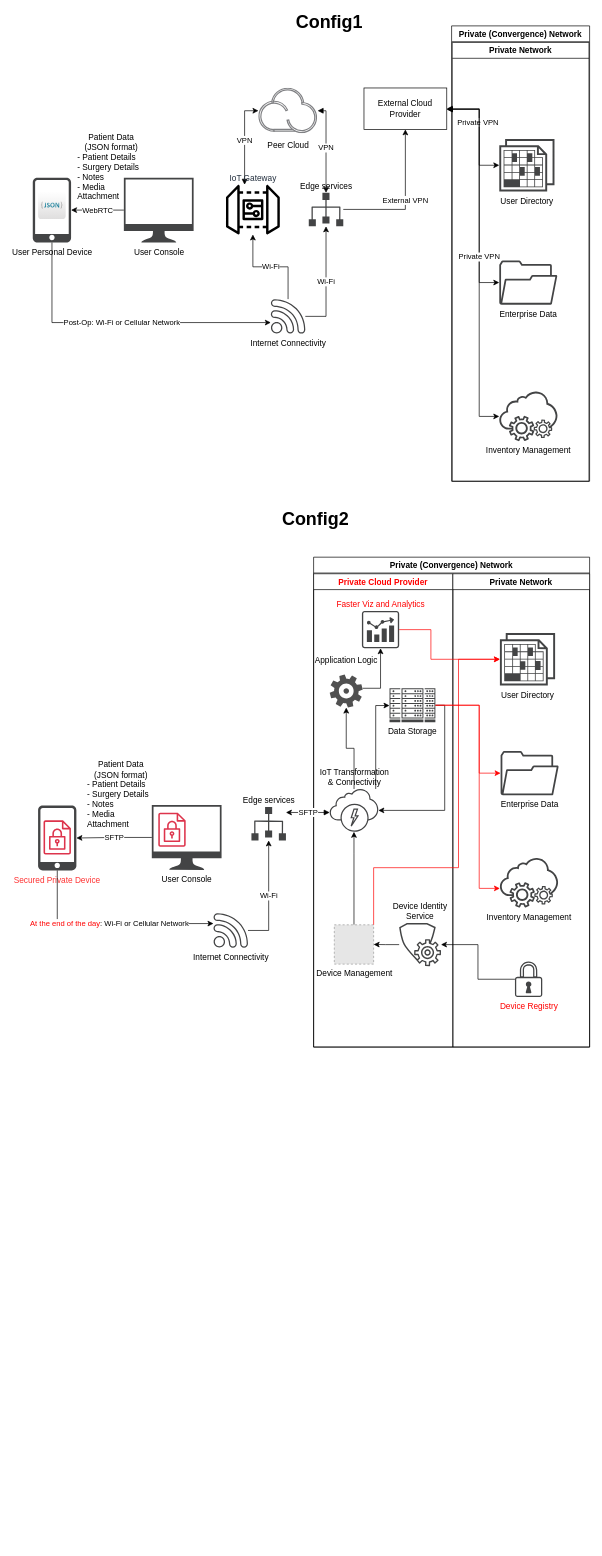
PJPDQ/Engineering-Workflows keeps this draw.io diagram as ConvMed-Convergence.drawio. Above is the earlier version. Source tidied: cells renumbered, new cells numbered last; positions are measured from the earlier drawing's top-left corner, leaving out a move shared by most shapes. Both pictures are drawn from the tidied source at 69%, with x=0, y=0 at pixel (32, 12). Pictures stored in the file or linked from it are replaced by grey dashed boxes.
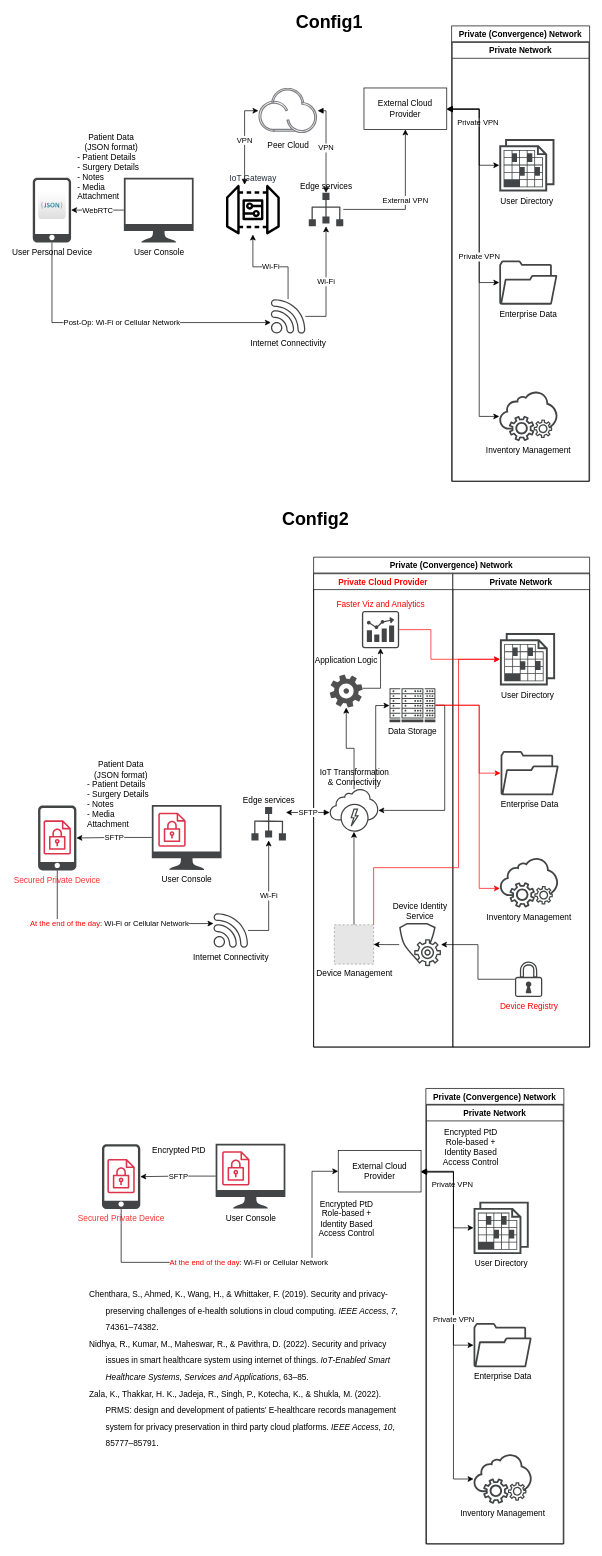
The same diagram, later.

Change to the diagram source:
```diff
@@
+    <mxCell id="63" value="&lt;font color=&quot;#ff3333&quot;&gt;Secured Private Device&lt;/font&gt;" style="sketch=0;shadow=0;dashed=0;html=1;strokeColor=none;fillColor=#434445;labelPosition=center;verticalLabelPosition=bottom;verticalAlign=top;align=center;outlineConnect=0;shape=mxgraph.vvd.phone;" parent="1" vertex="1">
+      <mxGeometry x="100.3" y="1640.8" width="55.5" height="94" as="geometry" />
+    </mxCell>
+    <mxCell id="64" value="&lt;font color=&quot;#ff0000&quot;&gt;At the end of the day&lt;/font&gt;: Wi-Fi or Cellular Network" style="edgeStyle=orthogonalEdgeStyle;shape=connector;rounded=0;jettySize=auto;html=1;labelBackgroundColor=default;strokeColor=default;align=center;verticalAlign=middle;fontFamily=Helvetica;fontSize=11;fontColor=default;endArrow=classic;startArrow=none;startFill=0;entryX=0;entryY=0.5;entryDx=0;entryDy=0;" parent="1" edge="1" source="63" target="79">
+      <mxGeometry relative="1" as="geometry">
+        <Array as="points">
+          <mxPoint x="127.7" y="1812" />
+          <mxPoint x="404.7" y="1812" />
+          <mxPoint x="404.7" y="1680" />
+        </Array>
+      </mxGeometry>
+    </mxCell>
+    <mxCell id="65" value="User Console" style="sketch=0;shadow=0;dashed=0;html=1;strokeColor=none;fillColor=#434445;labelPosition=center;verticalLabelPosition=bottom;verticalAlign=top;align=center;outlineConnect=0;shape=mxgraph.vvd.monitor;" parent="1" vertex="1">
+      <mxGeometry x="265" y="1640" width="101.1" height="94" as="geometry" />
+    </mxCell>
+    <mxCell id="66" value="SFTP" style="edgeStyle=orthogonalEdgeStyle;shape=connector;rounded=0;jettySize=auto;html=1;labelBackgroundColor=default;strokeColor=default;align=center;verticalAlign=middle;fontFamily=Helvetica;fontSize=11;fontColor=default;endArrow=classic;" parent="1" edge="1" source="65" target="63">
+      <mxGeometry relative="1" as="geometry" />
+    </mxCell>
+    <mxCell id="67" value="Encrypted PtD" style="text;html=1;align=center;verticalAlign=middle;whiteSpace=wrap;rounded=0;" parent="1" vertex="1">
+      <mxGeometry x="161.9" y="1630" width="100" height="40" as="geometry" />
+    </mxCell>
+    <mxCell id="68" style="sketch=0;fontColor=#232F3E;gradientColor=none;fillColor=#DD344C;strokeColor=none;dashed=0;verticalLabelPosition=bottom;verticalAlign=top;align=center;html=1;fontSize=12;fontStyle=0;shape=mxgraph.aws4.encrypted_data;" parent="1" vertex="1">
+      <mxGeometry x="274.4" y="1650.8" width="39.7" height="50" as="geometry" />
+    </mxCell>
+    <mxCell id="69" style="sketch=0;fontColor=#232F3E;gradientColor=none;fillColor=#DD344C;strokeColor=none;dashed=0;verticalLabelPosition=bottom;verticalAlign=top;align=center;html=1;fontSize=12;fontStyle=0;shape=mxgraph.aws4.encrypted_data;" parent="1" vertex="1">
+      <mxGeometry x="108.1" y="1662" width="39.7" height="50" as="geometry" />
+    </mxCell>
+    <mxCell id="70" value="Private (Convergence) Network" style="swimlane;shadow=0;" parent="1" vertex="1">
+      <mxGeometry x="569.7" y="1560" width="200" height="660" as="geometry" />
+    </mxCell>
+    <mxCell id="71" value="Private Network" style="swimlane;startSize=23;shadow=0;" parent="70" vertex="1">
+      <mxGeometry x="0.9" y="24" width="198.2" height="636" as="geometry" />
+    </mxCell>
+    <mxCell id="72" value="User Directory" style="sketch=0;shadow=0;dashed=0;html=1;strokeColor=none;fillColor=#434445;labelPosition=center;verticalLabelPosition=bottom;verticalAlign=top;align=center;outlineConnect=0;shape=mxgraph.vvd.blueprint;" parent="71" vertex="1">
+      <mxGeometry x="68.2" y="140" width="80" height="76" as="geometry" />
+    </mxCell>
+    <mxCell id="73" value="Inventory Management" style="sketch=0;shadow=0;dashed=0;html=1;strokeColor=none;fillColor=#434445;labelPosition=center;verticalLabelPosition=bottom;verticalAlign=top;align=center;outlineConnect=0;shape=mxgraph.vvd.on_demand_self_service;" parent="71" vertex="1">
+      <mxGeometry x="68.2" y="506" width="84.7" height="72" as="geometry" />
+    </mxCell>
+    <mxCell id="74" value="Enterprise Data" style="sketch=0;shadow=0;dashed=0;html=1;strokeColor=none;fillColor=#434445;labelPosition=center;verticalLabelPosition=bottom;verticalAlign=top;align=center;outlineConnect=0;shape=mxgraph.vvd.folder;" parent="71" vertex="1">
+      <mxGeometry x="68.2" y="316" width="84.2" height="64" as="geometry" />
+    </mxCell>
+    <mxCell id="75" value="Encrypted PtD Role-based + Identity Based Access Control" style="text;html=1;align=center;verticalAlign=middle;whiteSpace=wrap;rounded=0;" parent="71" vertex="1">
+      <mxGeometry x="14.1" y="46" width="100" height="30" as="geometry" />
+    </mxCell>
+    <mxCell id="76" value="Private VPN" style="edgeStyle=orthogonalEdgeStyle;shape=connector;rounded=0;jettySize=auto;html=1;labelBackgroundColor=default;strokeColor=default;align=center;verticalAlign=middle;fontFamily=Helvetica;fontSize=11;fontColor=default;endArrow=classic;startArrow=block;startFill=1;" parent="1" edge="1" target="72">
+      <mxGeometry x="-0.43" y="-20" relative="1" as="geometry">
+        <mxPoint x="562.7" y="1680" as="sourcePoint" />
+        <Array as="points">
+          <mxPoint x="609.7" y="1680" />
+          <mxPoint x="609.7" y="1762" />
+        </Array>
+      </mxGeometry>
+    </mxCell>
+    <mxCell id="77" style="edgeStyle=orthogonalEdgeStyle;shape=connector;rounded=0;jettySize=auto;html=1;labelBackgroundColor=default;strokeColor=default;align=center;verticalAlign=middle;fontFamily=Helvetica;fontSize=11;fontColor=default;endArrow=classic;startArrow=block;startFill=1;" parent="1" edge="1" target="74">
+      <mxGeometry relative="1" as="geometry">
+        <mxPoint x="562.7" y="1681" as="sourcePoint" />
+        <Array as="points">
+          <mxPoint x="609.7" y="1681" />
+          <mxPoint x="609.7" y="1932" />
+        </Array>
+      </mxGeometry>
+    </mxCell>
+    <mxCell id="78" value="Private VPN" style="edgeStyle=orthogonalEdgeStyle;shape=connector;rounded=0;jettySize=auto;html=1;labelBackgroundColor=default;strokeColor=default;align=center;verticalAlign=middle;fontFamily=Helvetica;fontSize=11;fontColor=default;endArrow=classic;startArrow=block;startFill=1;" parent="1" edge="1" target="73">
+      <mxGeometry relative="1" as="geometry">
+        <mxPoint x="562.7" y="1681" as="sourcePoint" />
+        <Array as="points">
+          <mxPoint x="609.7" y="1681" />
+          <mxPoint x="609.7" y="2126" />
+        </Array>
+      </mxGeometry>
+    </mxCell>
+    <mxCell id="79" value="External Cloud Provider" style="rounded=0;whiteSpace=wrap;html=1;" parent="1" vertex="1">
+      <mxGeometry x="442.7" y="1650" width="120" height="60" as="geometry" />
+    </mxCell>
+    <mxCell id="80" value="Encrypted PtD Role-based + Identity Based Access Control" style="text;html=1;align=center;verticalAlign=middle;whiteSpace=wrap;rounded=0;" parent="1" vertex="1">
+      <mxGeometry x="404.7" y="1734" width="100" height="30" as="geometry" />
+    </mxCell>
+    <mxCell id="81" value="&lt;div class=&quot;csl-bib-body&quot; style=&quot;line-height: 2; margin-left: 2em; text-indent:-2em;&quot;&gt;&lt;div class=&quot;csl-entry&quot;&gt;Chenthara, S., Ahmed, K., Wang, H., &amp;amp; Whittaker, F. (2019). Security and privacy-preserving challenges of e-health solutions in cloud computing. &lt;i&gt;IEEE Access&lt;/i&gt;, &lt;i&gt;7&lt;/i&gt;, 74361–74382.&lt;/div&gt;  &lt;div class=&quot;csl-entry&quot;&gt;Nidhya, R., Kumar, M., Maheswar, R., &amp;amp; Pavithra, D. (2022). Security and privacy issues in smart healthcare system using internet of things. &lt;i&gt;IoT‐Enabled Smart Healthcare Systems, Services and Applications&lt;/i&gt;, 63–85.&lt;/div&gt;&lt;div class=&quot;csl-entry&quot;&gt;Zala, K., Thakkar, H. K., Jadeja, R., Singh, P., Kotecha, K., &amp;amp; Shukla, M. (2022). PRMS: design and development of patients’ E-healthcare records management system for privacy preservation in third party cloud platforms. &lt;i&gt;IEEE Access&lt;/i&gt;, &lt;i&gt;10&lt;/i&gt;, 85777–85791.&lt;/div&gt;&lt;br&gt;  &lt;span class=&quot;Z3988&quot; title=&quot;url_ver=Z39.88-2004&amp;amp;ctx_ver=Z39.88-2004&amp;amp;rfr_id=info%3Asid%2Fzotero.org%3A2&amp;amp;rft_val_fmt=info%3Aofi%2Ffmt%3Akev%3Amtx%3Ajournal&amp;amp;rft.genre=article&amp;amp;rft.atitle=PRMS%3A%20design%20and%20development%20of%20patients%E2%80%99%20E-healthcare%20records%20management%20system%20for%20privacy%20preservation%20in%20third%20party%20cloud%20platforms&amp;amp;rft.jtitle=IEEE%20Access&amp;amp;rft.stitle=IEEE%20Access&amp;amp;rft.volume=10&amp;amp;rft.aufirst=Kirtirajsinh&amp;amp;rft.aulast=Zala&amp;amp;rft.au=Kirtirajsinh%20Zala&amp;amp;rft.au=Hiren%20Kumar%20Thakkar&amp;amp;rft.au=Rajendrasinh%20Jadeja&amp;amp;rft.au=Priyanka%20Singh&amp;amp;rft.au=Ketan%20Kotecha&amp;amp;rft.au=Madhu%20Shukla&amp;amp;rft.date=2022&amp;amp;rft.pages=85777-85791&amp;amp;rft.spage=85777&amp;amp;rft.epage=85791&amp;amp;rft.issn=2169-3536&quot;&gt;&lt;/span&gt;&lt;br&gt;&lt;/div&gt;" style="text;whiteSpace=wrap;html=1;" parent="1" vertex="1">
+      <mxGeometry x="80.3" y="1840" width="450.7" height="210" as="geometry" />
+    </mxCell>
```
